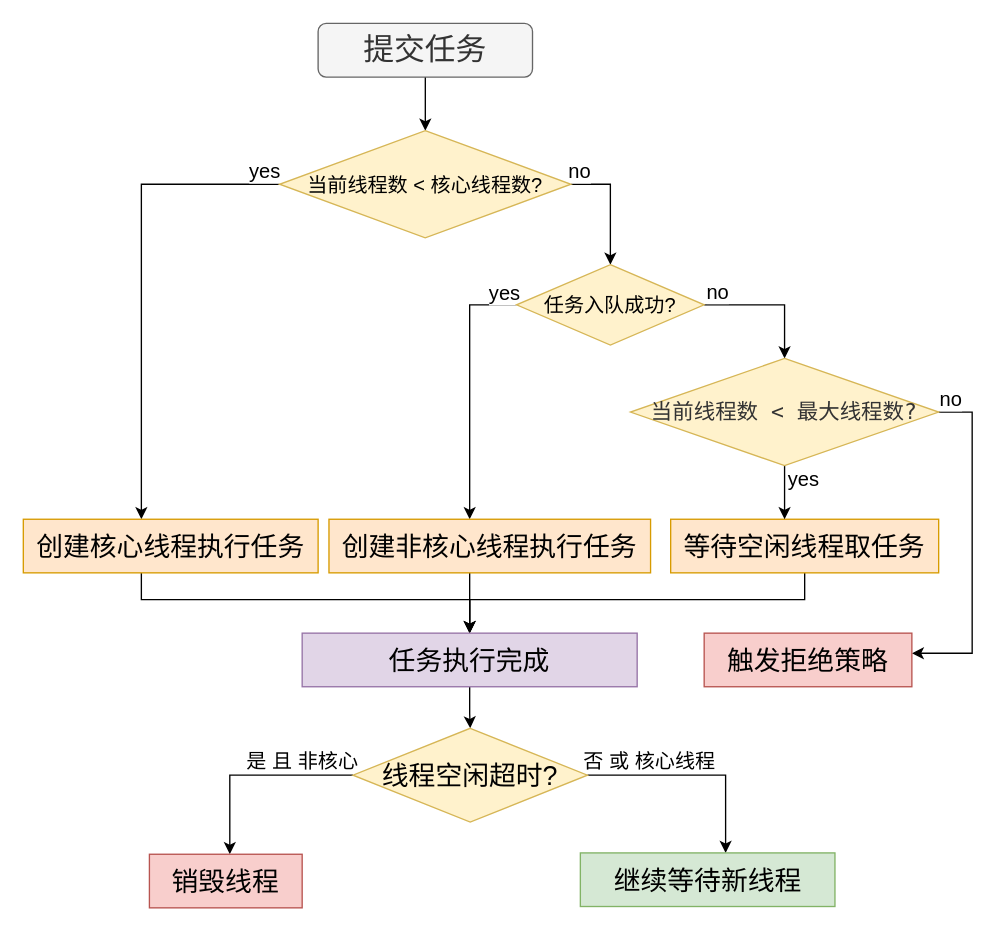
This is ThreadPoolFlowChart.drawio from qingyunlyp/resource, a draw.io file, before an edit. Source tidied: cells renumbered, new cells numbered last; positions are measured from the earlier drawing's top-left corner, leaving out a move shared by most shapes. Both pictures are drawn from the tidied source at 134%, with x=0, y=0 at pixel (23, 23).
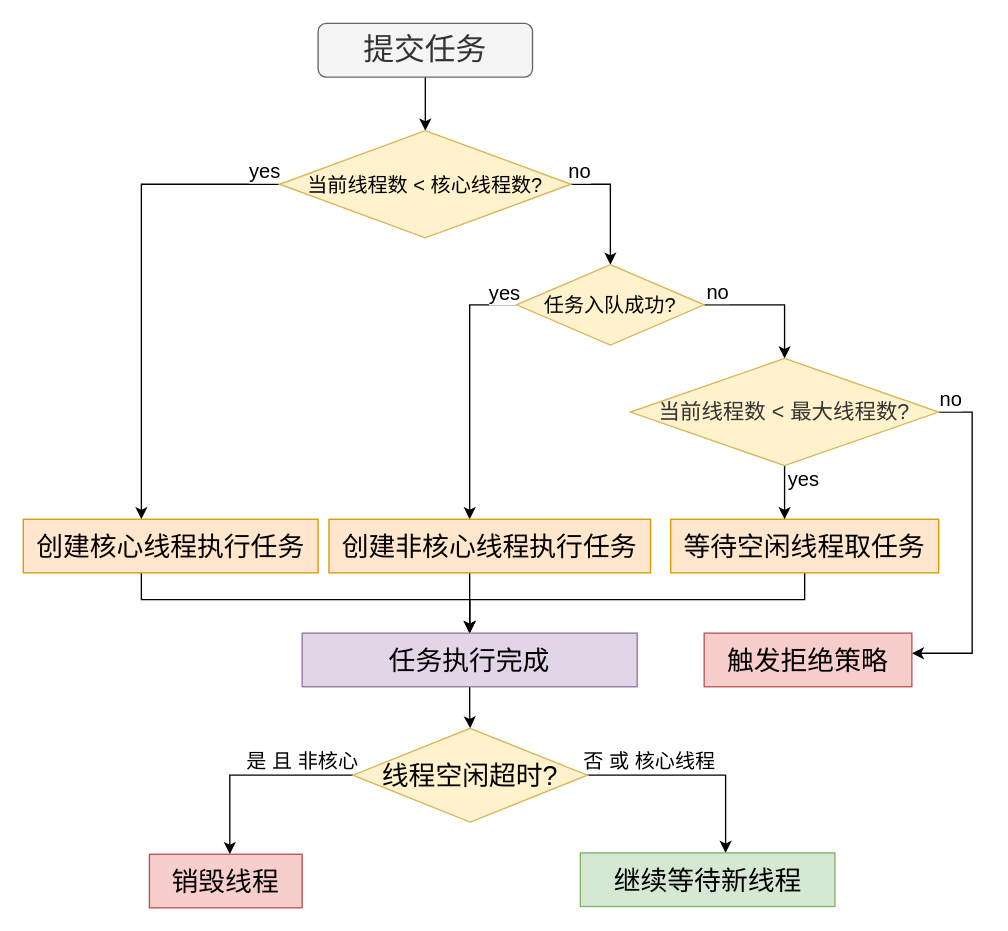
The same diagram, later.

Change to the diagram source:
```diff
@@
-    <mxCell id="23" value="&lt;span style=&quot;color: rgb(51, 51, 51); font-family: &amp;quot;Iosevka Curly&amp;quot;, &amp;quot;JetBrains Mono&amp;quot;, &amp;quot;Fira Code&amp;quot;, &amp;quot;Cascadia Code&amp;quot;, Menlo, &amp;quot;Ubuntu Mono&amp;quot;, Consolas, HYZhengYuan; font-size: 16px; orphans: 4; text-align: left; white-space-collapse: preserve;&quot;&gt;当前线程数 &amp;lt; 最大线程数?&lt;/span&gt;" style="rhombus;whiteSpace=wrap;html=1;fontSize=15;rounded=0;fillColor=#fff2cc;strokeColor=#d6b656;" parent="1" vertex="1">
+    <mxCell id="23" value="&lt;span style=&quot;color: rgb(51, 51, 51); font-size: 16px; orphans: 4; text-align: left; white-space-collapse: preserve;&quot;&gt;&lt;font face=&quot;Helvetica&quot;&gt;当前线程数 &amp;lt; 最大线程数?&lt;/font&gt;&lt;/span&gt;" style="rhombus;whiteSpace=wrap;html=1;fontSize=15;rounded=0;fillColor=#fff2cc;strokeColor=#d6b656;" parent="1" vertex="1">
       <mxGeometry x="453" y="250" width="230" height="80" as="geometry" />
     </mxCell>
```
